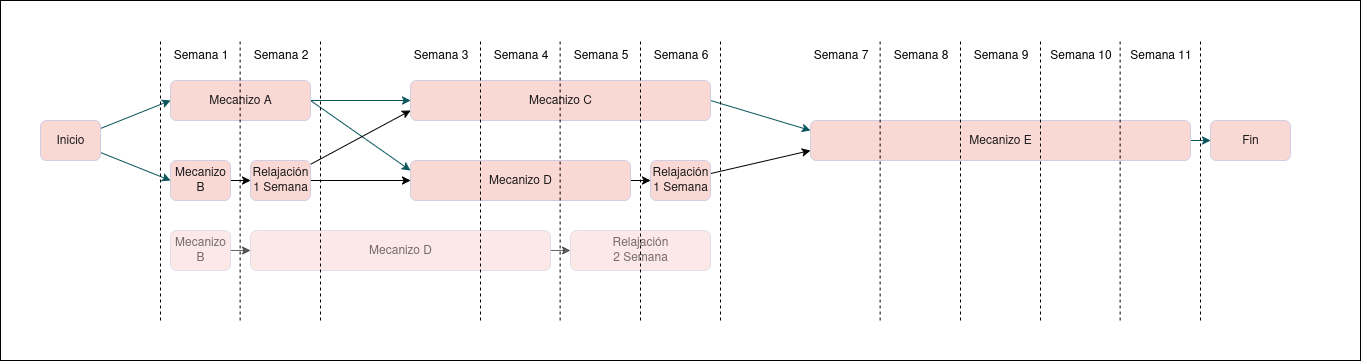
Before: TP6/Imagenes/TP6E5_4.png, a diagram exported from draw.io (Ede118/Inteligencia-Artificial-1). Source tidied: cells renumbered, new cells last; positions are measured from the earlier drawing's top-left corner, leaving out a move shared by most shapes.
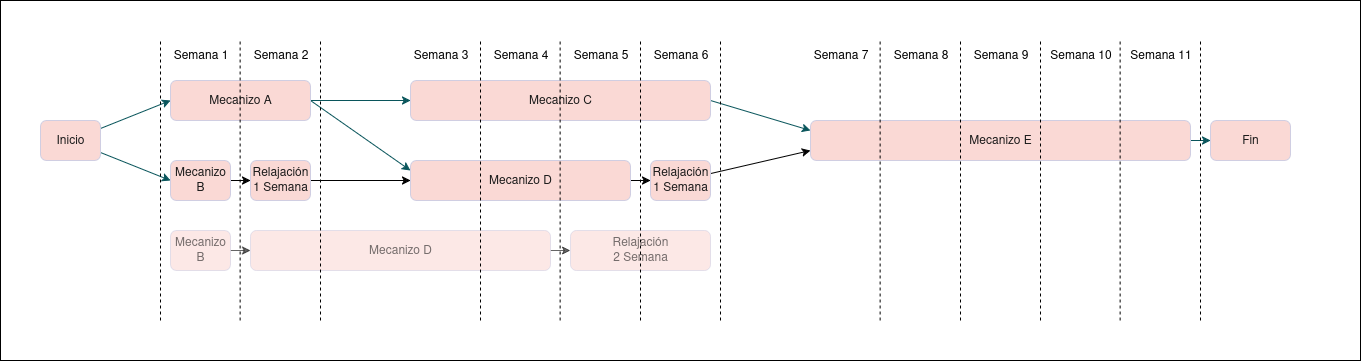
Later version of the same file.

Diff of the diagram source:
```diff
@@ -89,9 +89,6 @@
     <mxCell id="29" value="Semana 11" style="text;html=1;align=center;verticalAlign=middle;strokeColor=none;fillColor=none;" parent="1" vertex="1">
       <mxGeometry x="1120" y="40" width="80" height="30" as="geometry" />
     </mxCell>
-    <mxCell id="30" style="edgeStyle=none;rounded=0;jettySize=auto;html=1;entryX=0;entryY=0.75;entryDx=0;entryDy=0;" parent="1" edge="1" source="32" target="12">
-      <mxGeometry relative="1" as="geometry" />
-    </mxCell>
     <mxCell id="31" style="edgeStyle=none;rounded=0;jettySize=auto;html=1;entryX=0;entryY=0.5;entryDx=0;entryDy=0;" parent="1" edge="1" source="32" target="14">
       <mxGeometry relative="1" as="geometry" />
     </mxCell>
```
